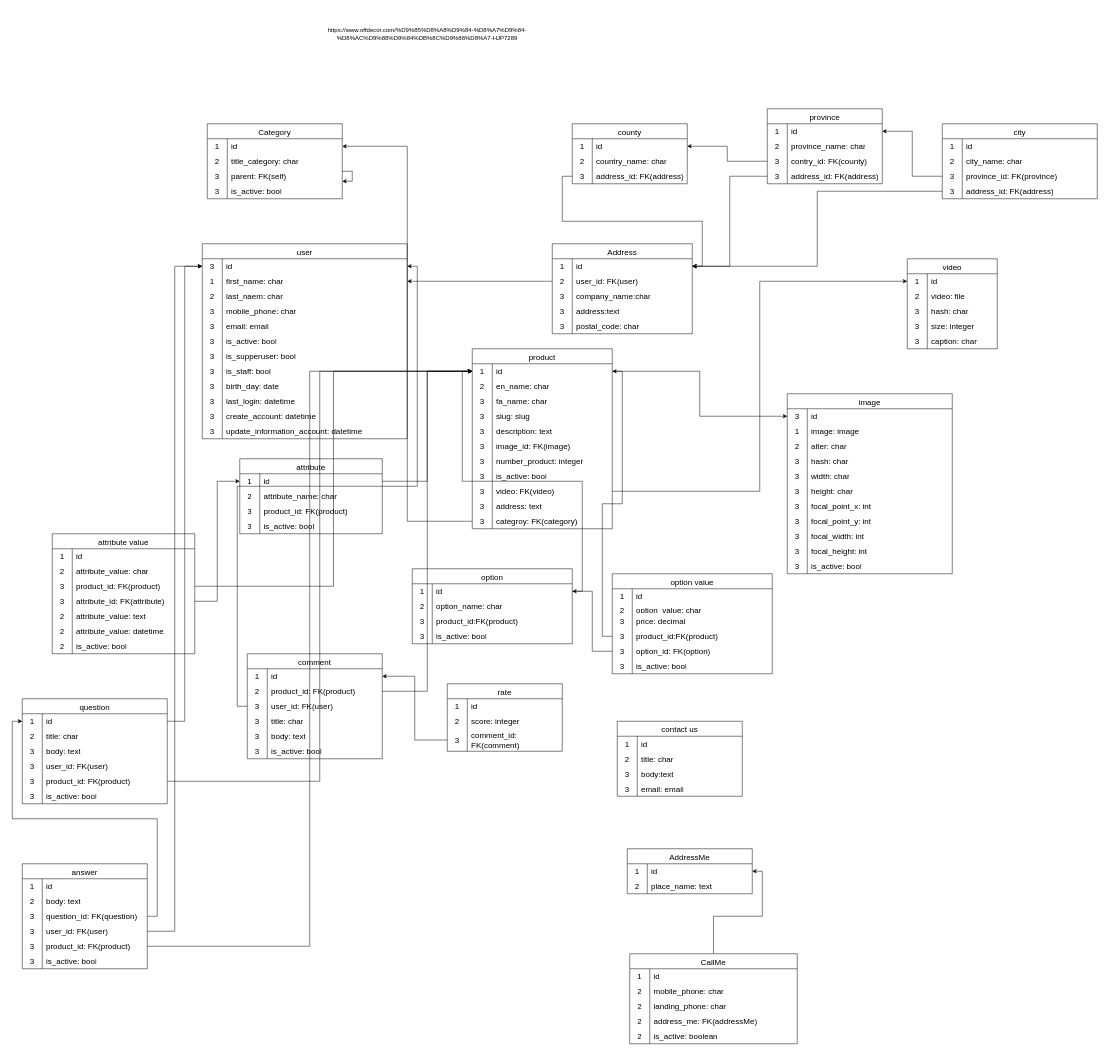
Earlier version of the draw.io diagram turn_rating.drawio (mrgdeveloper1401/sofa). Source tidied: cells renumbered, new cells numbered last; positions are measured from the earlier drawing's top-left corner, leaving out a move shared by most shapes. Both pictures are drawn from the tidied source at 50%, with x=0, y=0 at pixel (22, 8).
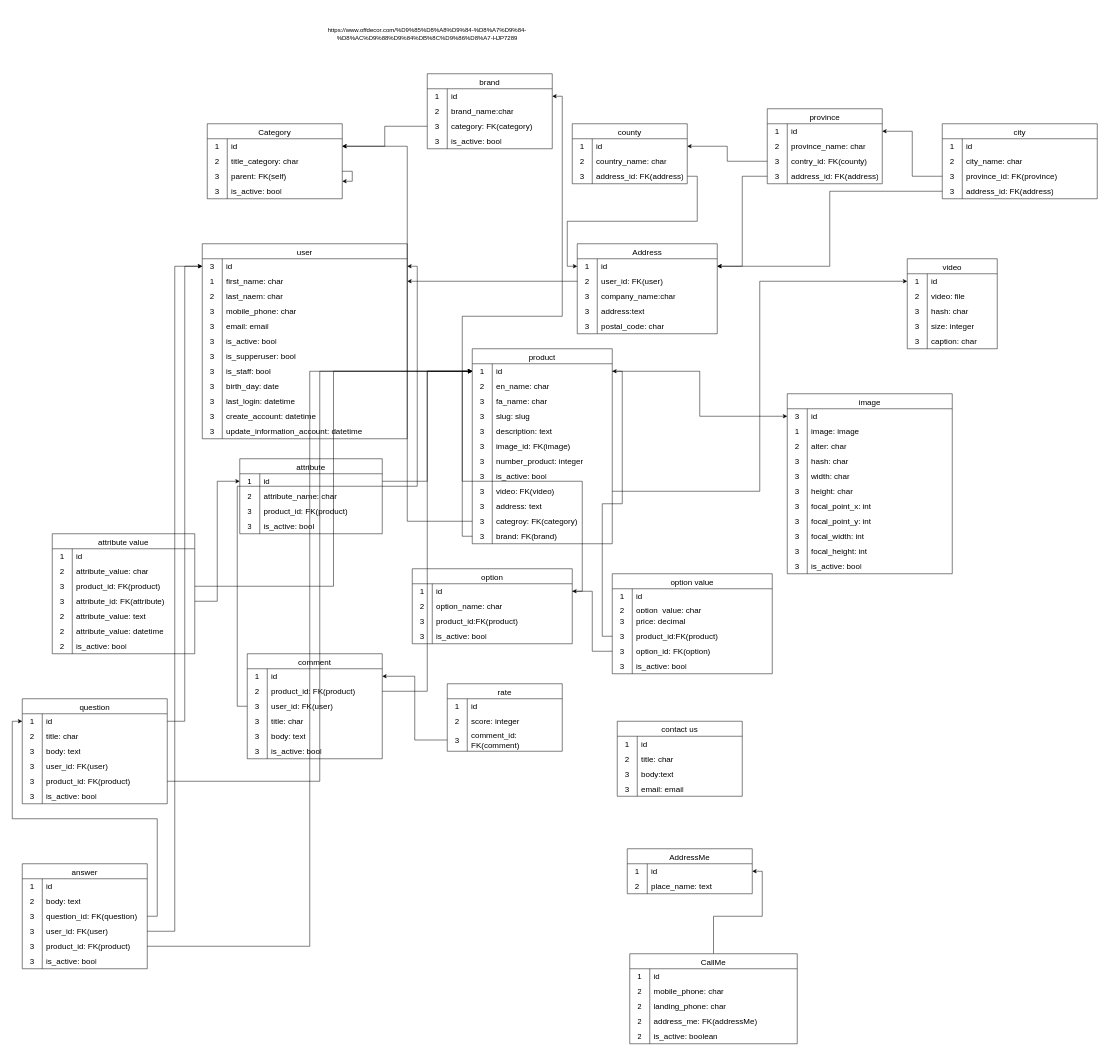
The same page after the edit.

The change refers to these unchanged cells:
```xml
<mxCell id="3" style="shape=tableRow;horizontal=0;startSize=0;swimlaneHead=0;swimlaneBody=0;top=0;left=0;bottom=0;right=0;fillColor=none;points=[[0,0.5],[1,0.5]];portConstraint=eastwest;strokeColor=inherit;fontSize=16;" parent="2" vertex="1">
  <mxGeometry y="30" width="270" height="30" as="geometry" />
</mxCell>
```

Change to the diagram source:
```diff
@@
     <mxCell id="16" value="Address" style="shape=table;startSize=30;childLayout=tableLayout;rowLines=0;fontStyle=0;strokeColor=default;fontSize=16;" parent="1" vertex="1">
-      <mxGeometry x="1060" y="470" width="280" height="180" as="geometry" />
+      <mxGeometry x="1110" y="470" width="280" height="180" as="geometry" />
     </mxCell>
@@
     <mxCell id="111" value="product" style="shape=table;startSize=30;childLayout=tableLayout;rowLines=0;fontStyle=0;strokeColor=default;fontSize=16;" parent="1" vertex="1">
-      <mxGeometry x="900" y="680" width="280" height="360" as="geometry" />
+      <mxGeometry x="900" y="680" width="280" height="390" as="geometry" />
     </mxCell>
@@
+    <mxCell id="384" style="shape=tableRow;horizontal=0;startSize=0;swimlaneHead=0;swimlaneBody=0;top=0;left=0;bottom=0;right=0;fillColor=none;points=[[0,0.5],[1,0.5]];portConstraint=eastwest;strokeColor=inherit;fontSize=16;" parent="111" vertex="1">
+      <mxGeometry y="360" width="280" height="30" as="geometry" />
+    </mxCell>
+    <mxCell id="385" value="3" style="shape=partialRectangle;html=1;whiteSpace=wrap;fillColor=none;top=0;left=0;bottom=0;right=0;overflow=hidden;strokeColor=inherit;fontSize=16;" parent="384" vertex="1">
+      <mxGeometry width="40" height="30" as="geometry" />
+    </mxCell>
+    <mxCell id="386" value="brand: FK(brand)" style="shape=partialRectangle;html=1;whiteSpace=wrap;fillColor=none;top=0;left=0;bottom=0;right=0;align=left;spacingLeft=6;overflow=hidden;strokeColor=inherit;fontSize=16;" parent="384" vertex="1">
+      <mxGeometry x="40" width="240" height="30" as="geometry" />
+    </mxCell>
@@
+    <mxCell id="387" value="brand" style="shape=table;startSize=30;childLayout=tableLayout;rowLines=0;fontStyle=0;strokeColor=default;fontSize=16;" parent="1" vertex="1">
+      <mxGeometry x="810" y="130" width="250" height="150" as="geometry" />
+    </mxCell>
+    <mxCell id="388" style="shape=tableRow;horizontal=0;startSize=0;swimlaneHead=0;swimlaneBody=0;top=0;left=0;bottom=0;right=0;fillColor=none;points=[[0,0.5],[1,0.5]];portConstraint=eastwest;strokeColor=inherit;fontSize=16;" parent="387" vertex="1">
+      <mxGeometry y="30" width="250" height="30" as="geometry" />
+    </mxCell>
+    <mxCell id="389" value="1" style="shape=partialRectangle;html=1;whiteSpace=wrap;fillColor=none;top=0;left=0;bottom=0;right=0;overflow=hidden;strokeColor=inherit;fontSize=16;" parent="388" vertex="1">
+      <mxGeometry width="40" height="30" as="geometry" />
+    </mxCell>
+    <mxCell id="390" value="id" style="shape=partialRectangle;html=1;whiteSpace=wrap;fillColor=none;top=0;left=0;bottom=0;right=0;align=left;spacingLeft=6;overflow=hidden;strokeColor=inherit;fontSize=16;" parent="388" vertex="1">
+      <mxGeometry x="40" width="210" height="30" as="geometry" />
+    </mxCell>
+    <mxCell id="391" style="shape=tableRow;horizontal=0;startSize=0;swimlaneHead=0;swimlaneBody=0;top=0;left=0;bottom=0;right=0;fillColor=none;strokeColor=inherit;fontSize=16;" parent="387" vertex="1">
+      <mxGeometry y="60" width="250" height="30" as="geometry" />
+    </mxCell>
+    <mxCell id="392" value="2" style="shape=partialRectangle;html=1;whiteSpace=wrap;fillColor=none;top=0;left=0;bottom=0;right=0;overflow=hidden;strokeColor=inherit;fontSize=16;" parent="391" vertex="1">
+      <mxGeometry width="40" height="30" as="geometry" />
+    </mxCell>
+    <mxCell id="393" value="brand_name:char" style="shape=partialRectangle;html=1;whiteSpace=wrap;fillColor=none;top=0;left=0;bottom=0;right=0;align=left;spacingLeft=6;overflow=hidden;strokeColor=inherit;fontSize=16;" parent="391" vertex="1">
+      <mxGeometry x="40" width="210" height="30" as="geometry" />
+    </mxCell>
+    <mxCell id="394" style="shape=tableRow;horizontal=0;startSize=0;swimlaneHead=0;swimlaneBody=0;top=0;left=0;bottom=0;right=0;fillColor=none;points=[[0,0.5],[1,0.5]];portConstraint=eastwest;strokeColor=inherit;fontSize=16;" parent="387" vertex="1">
+      <mxGeometry y="90" width="250" height="30" as="geometry" />
+    </mxCell>
+    <mxCell id="395" value="3" style="shape=partialRectangle;html=1;whiteSpace=wrap;fillColor=none;top=0;left=0;bottom=0;right=0;overflow=hidden;strokeColor=inherit;fontSize=16;" parent="394" vertex="1">
+      <mxGeometry width="40" height="30" as="geometry" />
+    </mxCell>
+    <mxCell id="396" value="category: FK(category)" style="shape=partialRectangle;html=1;whiteSpace=wrap;fillColor=none;top=0;left=0;bottom=0;right=0;align=left;spacingLeft=6;overflow=hidden;strokeColor=inherit;fontSize=16;" parent="394" vertex="1">
+      <mxGeometry x="40" width="210" height="30" as="geometry" />
+    </mxCell>
+    <mxCell id="397" style="shape=tableRow;horizontal=0;startSize=0;swimlaneHead=0;swimlaneBody=0;top=0;left=0;bottom=0;right=0;fillColor=none;strokeColor=inherit;fontSize=16;" parent="387" vertex="1">
+      <mxGeometry y="120" width="250" height="30" as="geometry" />
+    </mxCell>
+    <mxCell id="398" value="3" style="shape=partialRectangle;html=1;whiteSpace=wrap;fillColor=none;top=0;left=0;bottom=0;right=0;overflow=hidden;strokeColor=inherit;fontSize=16;" parent="397" vertex="1">
+      <mxGeometry width="40" height="30" as="geometry" />
+    </mxCell>
+    <mxCell id="399" value="is_active: bool" style="shape=partialRectangle;html=1;whiteSpace=wrap;fillColor=none;top=0;left=0;bottom=0;right=0;align=left;spacingLeft=6;overflow=hidden;strokeColor=inherit;fontSize=16;" parent="397" vertex="1">
+      <mxGeometry x="40" width="210" height="30" as="geometry" />
+    </mxCell>
+    <mxCell id="400" style="edgeStyle=orthogonalEdgeStyle;rounded=0;jettySize=auto;html=1;" parent="1" edge="1" source="394" target="3">
+      <mxGeometry relative="1" as="geometry" />
+    </mxCell>
+    <mxCell id="401" style="edgeStyle=orthogonalEdgeStyle;rounded=0;jettySize=auto;html=1;" parent="1" edge="1" source="384" target="388">
+      <mxGeometry relative="1" as="geometry" />
+    </mxCell>
```
